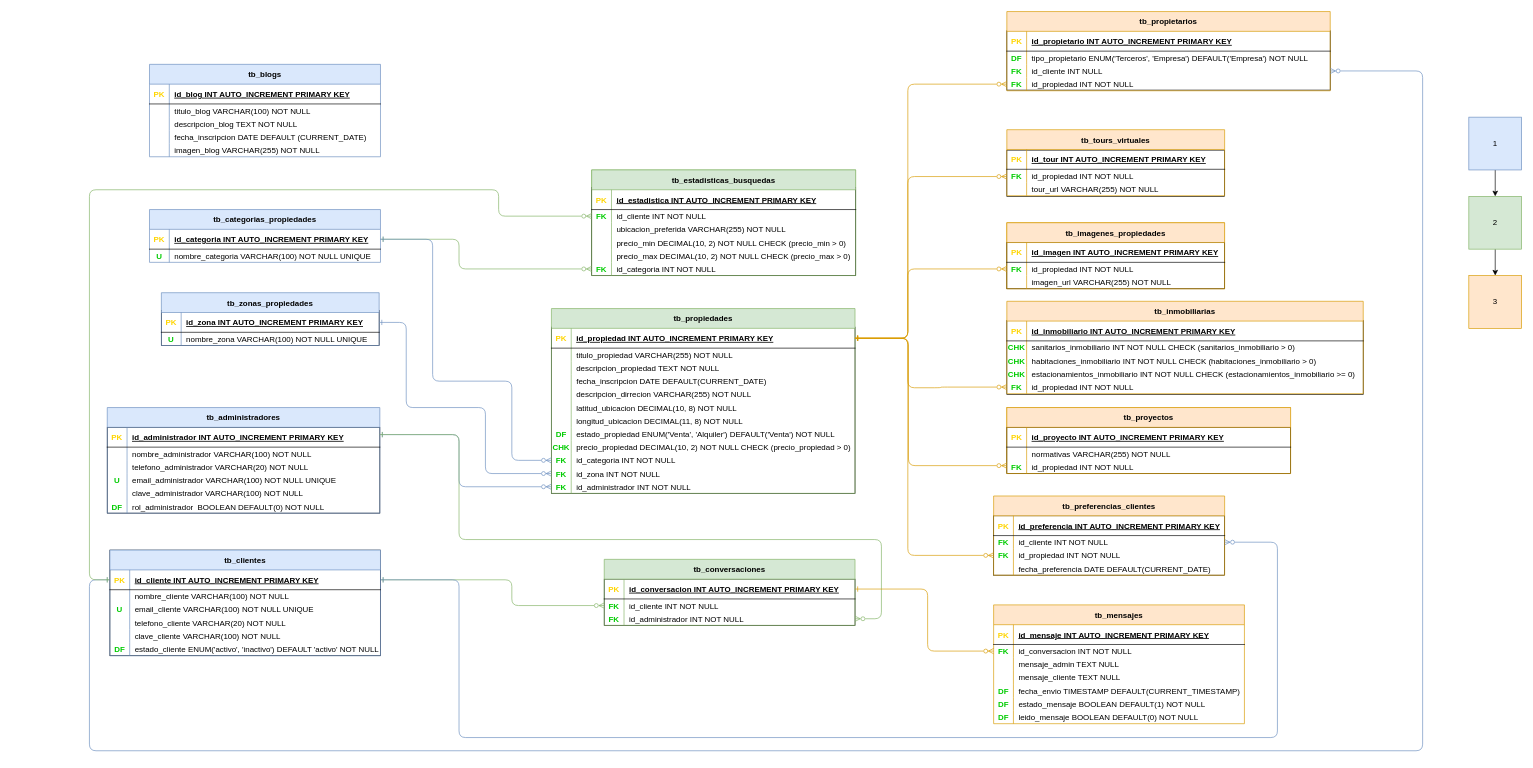
Danie0822/Expo-2024-Habit keeps this draw.io diagram as page "Diagrama de modelo dominio" (2 of 2) of Diagramas/Diagrama ER EXPO 2024.drawio. Above is the earlier version. Source tidied: cells renumbered, new cells numbered last; positions are measured from the earlier drawing's top-left corner, leaving out a move shared by most shapes. Both pictures are drawn from the tidied source at 66%, with x=0, y=0 at pixel (89, 11).
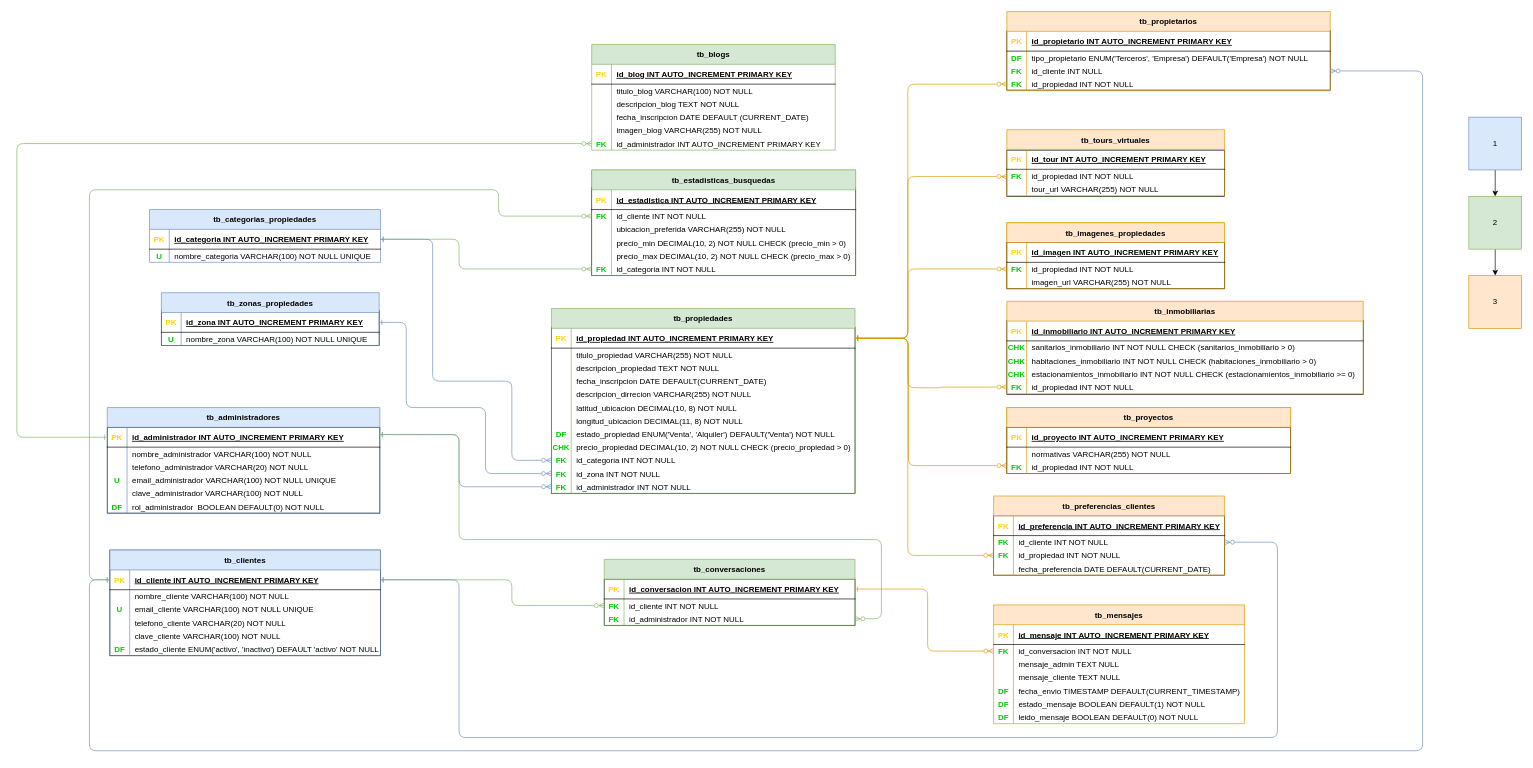
Above is the later version.

Unchanged cells that the change refers to:
```xml
<mxCell id="68" style="shape=partialRectangle;fillColor=none;points=[[0,0.5],[1,0.5]];portConstraint=eastwest;top=0;left=0;right=0;bottom=1;" parent="67" vertex="1">
  <mxGeometry y="30" width="413" height="30" as="geometry" />
</mxCell>
```

Change to the diagram source:
```diff
@@
-    <mxCell id="255" value="tb_blogs" style="shape=table;startSize=30;childLayout=tableLayout;rowLines=0;fontStyle=1;align=center;fillColor=#dae8fc;strokeColor=#6c8ebf;" parent="1" vertex="1">
-      <mxGeometry x="91" y="80" width="350" height="140" as="geometry" />
+    <mxCell id="255" value="tb_blogs" style="shape=table;startSize=30;childLayout=tableLayout;rowLines=0;fontStyle=1;align=center;fillColor=#d5e8d4;strokeColor=#82b366;" parent="1" vertex="1">
+      <mxGeometry x="761" y="50" width="369" height="160" as="geometry" />
     </mxCell>
     <mxCell id="256" style="shape=partialRectangle;fillColor=none;top=0;left=0;right=0;bottom=1;" parent="255" vertex="1">
-      <mxGeometry y="30" width="350" height="30" as="geometry" />
+      <mxGeometry y="30" width="369" height="30" as="geometry" />
     </mxCell>
@@
     <mxCell id="258" value="id_blog INT AUTO_INCREMENT PRIMARY KEY" style="shape=partialRectangle;overflow=hidden;fillColor=none;top=0;left=0;bottom=0;right=0;align=left;spacingLeft=6;fontStyle=5;" parent="256" vertex="1">
-      <mxGeometry x="30" width="320" height="30" as="geometry" />
+      <mxGeometry x="30" width="339" height="30" as="geometry" />
     </mxCell>
     <mxCell id="259" style="shape=partialRectangle;fillColor=none;top=0;left=0;right=0;bottom=0;" parent="255" vertex="1">
-      <mxGeometry y="60" width="350" height="20" as="geometry" />
+      <mxGeometry y="60" width="369" height="20" as="geometry" />
     </mxCell>
@@
     <mxCell id="261" value="titulo_blog VARCHAR(100) NOT NULL" style="shape=partialRectangle;overflow=hidden;fillColor=none;top=0;left=0;bottom=0;right=0;align=left;spacingLeft=6;" parent="259" vertex="1">
-      <mxGeometry x="30" width="320" height="20" as="geometry" />
+      <mxGeometry x="30" width="339" height="20" as="geometry" />
     </mxCell>
     <mxCell id="262" style="shape=partialRectangle;fillColor=none;top=0;left=0;right=0;bottom=0;" parent="255" vertex="1">
-      <mxGeometry y="80" width="350" height="20" as="geometry" />
+      <mxGeometry y="80" width="369" height="20" as="geometry" />
     </mxCell>
@@
     <mxCell id="264" value="descripcion_blog TEXT NOT NULL" style="shape=partialRectangle;overflow=hidden;fillColor=none;top=0;left=0;bottom=0;right=0;align=left;spacingLeft=6;" parent="262" vertex="1">
-      <mxGeometry x="30" width="320" height="20" as="geometry" />
+      <mxGeometry x="30" width="339" height="20" as="geometry" />
     </mxCell>
     <mxCell id="265" style="shape=partialRectangle;fillColor=none;top=0;left=0;right=0;bottom=0;" parent="255" vertex="1">
-      <mxGeometry y="100" width="350" height="20" as="geometry" />
+      <mxGeometry y="100" width="369" height="20" as="geometry" />
     </mxCell>
@@
     <mxCell id="267" value="fecha_inscripcion DATE DEFAULT (CURRENT_DATE)" style="shape=partialRectangle;overflow=hidden;fillColor=none;top=0;left=0;bottom=0;right=0;align=left;spacingLeft=6;" parent="265" vertex="1">
-      <mxGeometry x="30" width="320" height="20" as="geometry" />
+      <mxGeometry x="30" width="339" height="20" as="geometry" />
     </mxCell>
     <mxCell id="268" style="shape=partialRectangle;fillColor=none;top=0;left=0;right=0;bottom=0;" parent="255" vertex="1">
-      <mxGeometry y="120" width="350" height="20" as="geometry" />
+      <mxGeometry y="120" width="369" height="20" as="geometry" />
     </mxCell>
@@
     <mxCell id="270" value="imagen_blog VARCHAR(255) NOT NULL" style="shape=partialRectangle;overflow=hidden;fillColor=none;top=0;left=0;bottom=0;right=0;align=left;spacingLeft=6;" parent="268" vertex="1">
-      <mxGeometry x="30" width="320" height="20" as="geometry" />
+      <mxGeometry x="30" width="339" height="20" as="geometry" />
     </mxCell>
+    <mxCell id="271" style="shape=partialRectangle;fillColor=none;points=[[0,0.5],[1,0.5]];portConstraint=eastwest;top=0;left=0;right=0;bottom=0;" parent="255" vertex="1">
+      <mxGeometry y="140" width="369" height="20" as="geometry" />
+    </mxCell>
+    <mxCell id="272" value="FK" style="shape=partialRectangle;overflow=hidden;fillColor=none;top=0;left=0;bottom=0;right=0;fontColor=#00CC00;fontStyle=1;" parent="271" vertex="1">
+      <mxGeometry width="30" height="20" as="geometry" />
+    </mxCell>
+    <mxCell id="273" value="id_administrador INT AUTO_INCREMENT PRIMARY KEY" style="shape=partialRectangle;overflow=hidden;fillColor=none;top=0;left=0;bottom=0;right=0;align=left;spacingLeft=6;" parent="271" vertex="1">
+      <mxGeometry x="30" width="339" height="20" as="geometry" />
+    </mxCell>
+    <mxCell id="274" style="edgeStyle=orthogonalEdgeStyle;rounded=1;jettySize=auto;html=1;endArrow=ERzeroToMany;startArrow=ERone;startFill=0;endFill=0;fillColor=#d5e8d4;strokeColor=#82b366;exitX=0;exitY=0.5;exitDx=0;exitDy=0;entryX=0;entryY=0.5;entryDx=0;entryDy=0;" parent="1" edge="1" source="68" target="271">
+      <mxGeometry relative="1" as="geometry">
+        <Array as="points">
+          <mxPoint x="-110" y="645" />
+          <mxPoint x="-110" y="200" />
+        </Array>
+      </mxGeometry>
+    </mxCell>
```
